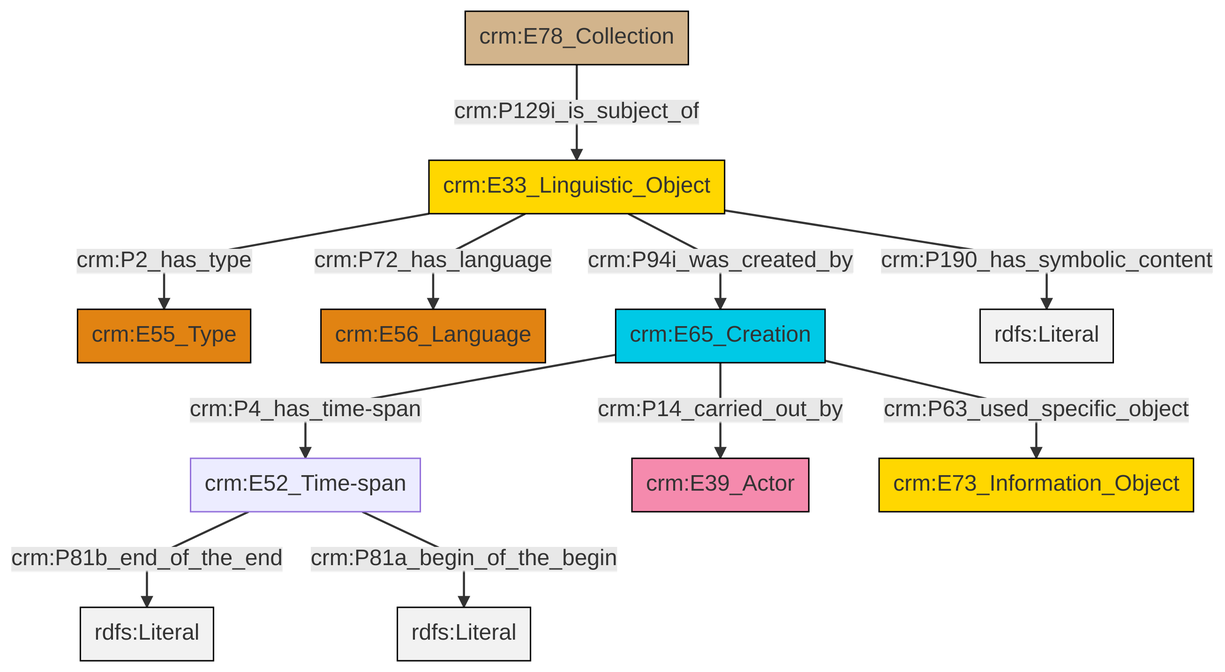
swiss-art-research-net/docs.swissartresearch keeps this Mermaid diagram as et/archivalCSV/ttl/mmd/png/archival_desc.png. Above is the earlier version. Its source is kept beside it as et/archivalCSV/ttl/mmd/archival_desc.ttl.mmd.
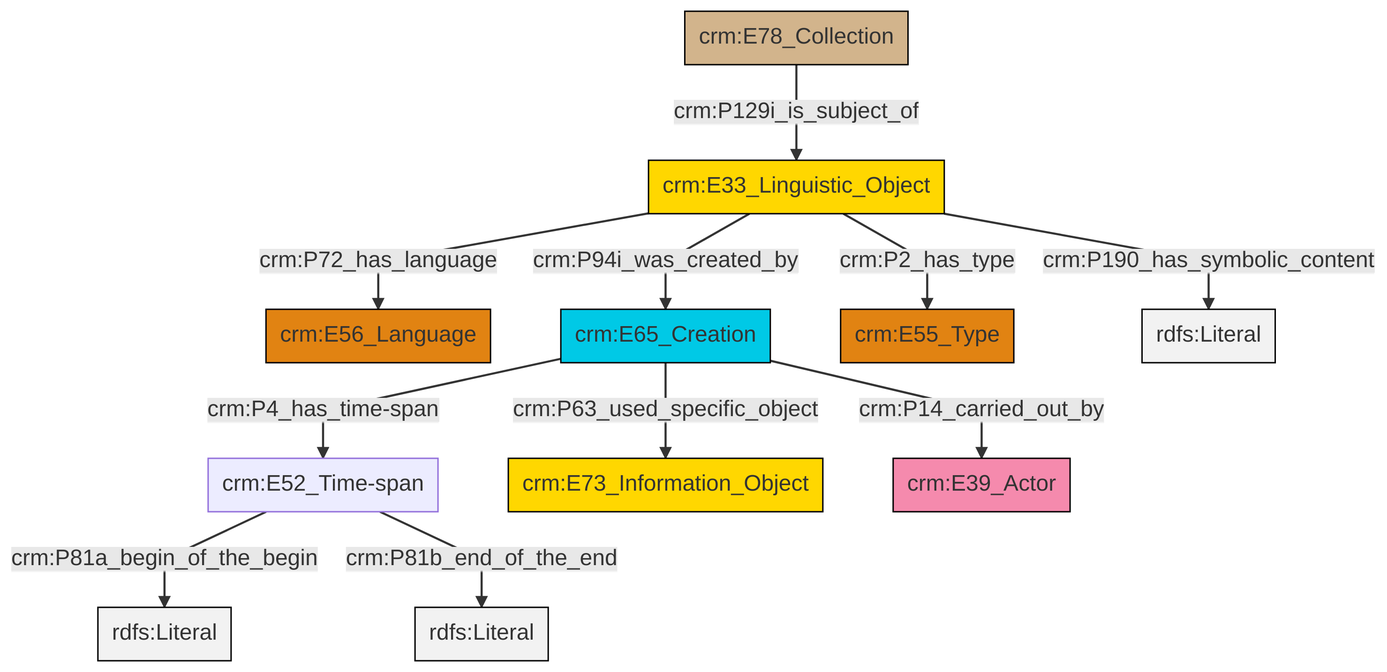
After the commit.

Change to the diagram source:
```diff
@@ -13,13 +13,13 @@
 classDef PC_Classes fill:#4ce600, stroke:#000000;
 classDef Multi fill:#cccccc,stroke:#000000;
 
-0["crm:E33_Linguistic_Object"]:::Conceptual_Object -->|crm:P2_has_type| 1["crm:E55_Type"]:::Type
-2["crm:E52_Time-span"]:::Default -->|crm:P81b_end_of_the_end| 3[rdfs:Literal]:::Literal
-4["crm:E78_Collection"]:::Physical_Thing -->|crm:P129i_is_subject_of| 0["crm:E33_Linguistic_Object"]:::Conceptual_Object
-0["crm:E33_Linguistic_Object"]:::Conceptual_Object -->|crm:P72_has_language| 5["crm:E56_Language"]:::Type
-8["crm:E65_Creation"]:::Temporal_Entity -->|crm:P14_carried_out_by| 9["crm:E39_Actor"]:::Actor
-8["crm:E65_Creation"]:::Temporal_Entity -->|crm:P4_has_time-span| 2["crm:E52_Time-span"]:::Default
-0["crm:E33_Linguistic_Object"]:::Conceptual_Object -->|crm:P190_has_symbolic_content| 14[rdfs:Literal]:::Literal
-0["crm:E33_Linguistic_Object"]:::Conceptual_Object -->|crm:P94i_was_created_by| 8["crm:E65_Creation"]:::Temporal_Entity
-8["crm:E65_Creation"]:::Temporal_Entity -->|crm:P63_used_specific_object| 10["crm:E73_Information_Object"]:::Conceptual_Object
-2["crm:E52_Time-span"]:::Default -->|crm:P81a_begin_of_the_begin| 16[rdfs:Literal]:::Literal
+0["crm:E33_Linguistic_Object"]:::Conceptual_Object -->|crm:P72_has_language| 1["crm:E56_Language"]:::Type
+0["crm:E33_Linguistic_Object"]:::Conceptual_Object -->|crm:P94i_was_created_by| 4["crm:E65_Creation"]:::Temporal_Entity
+0["crm:E33_Linguistic_Object"]:::Conceptual_Object -->|crm:P2_has_type| 7["crm:E55_Type"]:::Type
+2["crm:E52_Time-span"]:::Default -->|crm:P81a_begin_of_the_begin| 10[rdfs:Literal]:::Literal
+4["crm:E65_Creation"]:::Temporal_Entity -->|crm:P14_carried_out_by| 11["crm:E39_Actor"]:::Actor
+2["crm:E52_Time-span"]:::Default -->|crm:P81b_end_of_the_end| 12[rdfs:Literal]:::Literal
+15["crm:E78_Collection"]:::Physical_Thing -->|crm:P129i_is_subject_of| 0["crm:E33_Linguistic_Object"]:::Conceptual_Object
+4["crm:E65_Creation"]:::Temporal_Entity -->|crm:P4_has_time-span| 2["crm:E52_Time-span"]:::Default
+0["crm:E33_Linguistic_Object"]:::Conceptual_Object -->|crm:P190_has_symbolic_content| 17[rdfs:Literal]:::Literal
+4["crm:E65_Creation"]:::Temporal_Entity -->|crm:P63_used_specific_object| 8["crm:E73_Information_Object"]:::Conceptual_Object
```
